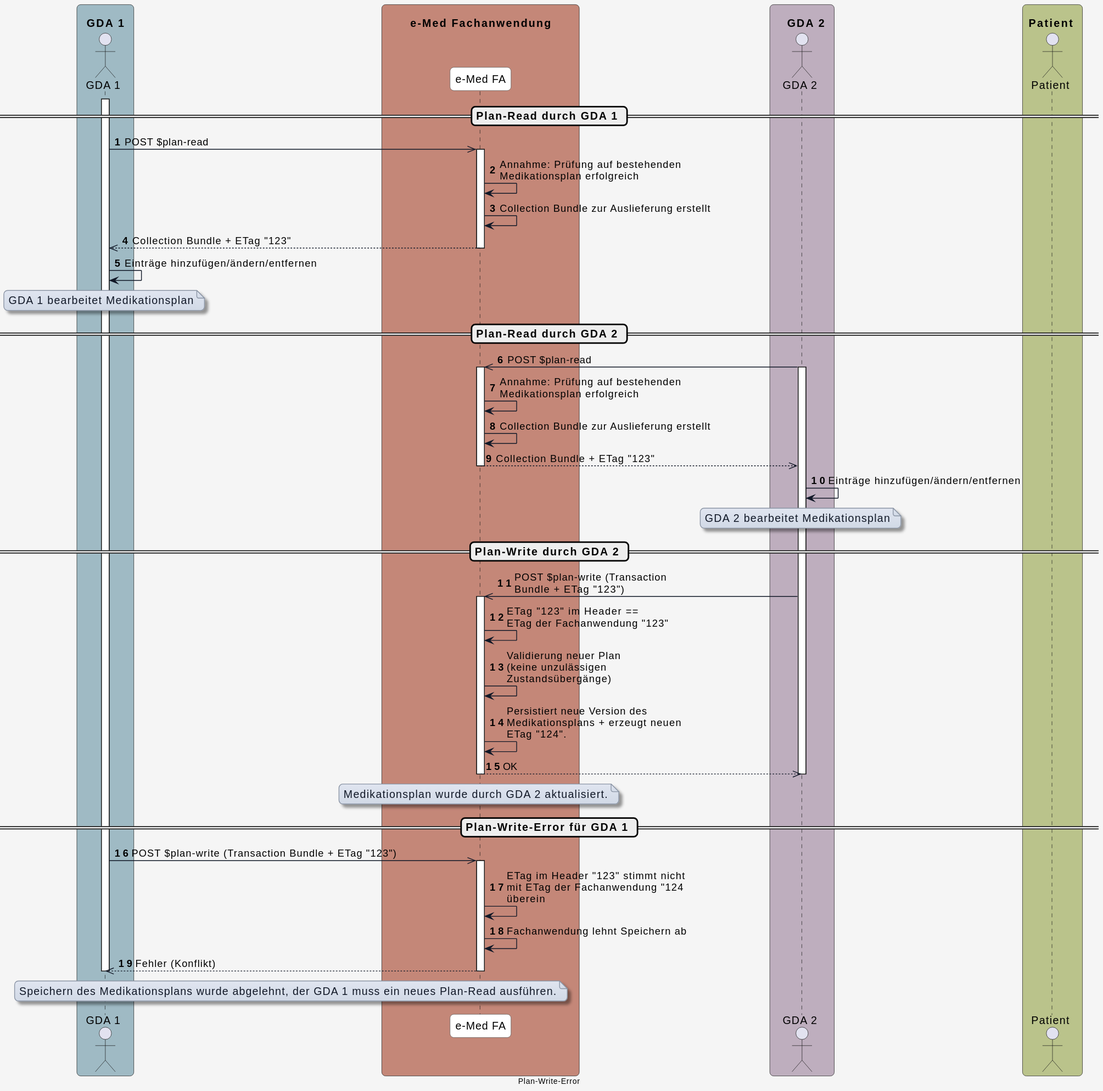
HL7Austria/hl7austria.github.io keeps this PlantUML diagram as r4-ELGA-e-Medikation-main/plantuml/interaction_planwrite_error.svg. Above is the earlier version.
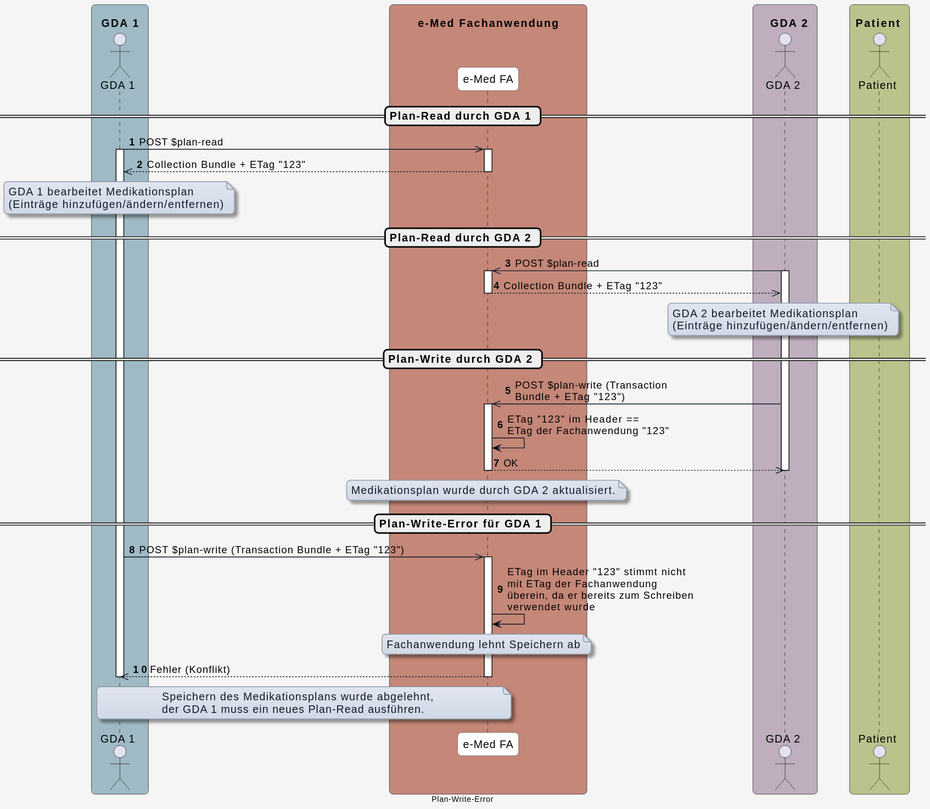
After the change.

What changed in the source:
```diff
@@ -59,20 +59,17 @@
 
 
 == Plan-Read durch GDA 1 ==
+
+GDA_1 ->> eMed_FA: POST $plan-read
 activate GDA_1
-GDA_1 ->> eMed_FA: POST $plan-read
 
 activate eMed_FA
-eMed_FA -> eMed_FA: Annahme: Prüfung auf bestehenden\nMedikationsplan erfolgreich
-eMed_FA -> eMed_FA: Collection Bundle zur Auslieferung erstellt
-
 eMed_FA -->> GDA_1: Collection Bundle + ETag "123"
 deactivate eMed_FA
 
-GDA_1 -> GDA_1: Einträge hinzufügen/ändern/entfernen
-
 note over GDA_1
 GDA 1 bearbeitet Medikationsplan
+(Einträge hinzufügen/ändern/entfernen)
 end note
 
 == Plan-Read durch GDA 2 ==
@@ -81,16 +78,13 @@
 activate GDA_2
 
 activate eMed_FA
-eMed_FA -> eMed_FA: Annahme: Prüfung auf bestehenden\nMedikationsplan erfolgreich
-eMed_FA -> eMed_FA: Collection Bundle zur Auslieferung erstellt
 
 eMed_FA -->> GDA_2: Collection Bundle + ETag "123"
 deactivate eMed_FA
 
-GDA_2 -> GDA_2: Einträge hinzufügen/ändern/entfernen
-
 note over GDA_2
 GDA 2 bearbeitet Medikationsplan
+(Einträge hinzufügen/ändern/entfernen)
 end note
 
 == Plan-Write durch GDA 2 ==
@@ -99,8 +93,6 @@
 
 activate eMed_FA
 eMed_FA -> eMed_FA: ETag "123" im Header ==\nETag der Fachanwendung "123"
-eMed_FA -> eMed_FA: Validierung neuer Plan\n(keine unzulässigen\nZustandsübergänge)
-eMed_FA -> eMed_FA: Persistiert neue Version des\nMedikationsplans + erzeugt neuen\nETag "124".
 eMed_FA -->> GDA_2: OK
 deactivate GDA_2
 
@@ -115,12 +107,15 @@
 GDA_1 ->> eMed_FA: POST $plan-write (Transaction Bundle + ETag "123")
 
 activate eMed_FA
-eMed_FA -> eMed_FA: ETag im Header "123" stimmt nicht\nmit ETag der Fachanwendung "124\nüberein
-eMed_FA -> eMed_FA: Fachanwendung lehnt Speichern ab
+eMed_FA -> eMed_FA: ETag im Header "123" stimmt nicht\nmit ETag der Fachanwendung\nüberein, da er bereits zum Schreiben\nverwendet wurde
+note over eMed_FA
+Fachanwendung lehnt Speichern ab
+end note
 eMed_FA -->> GDA_1: Fehler (Konflikt)
 deactivate GDA_1
 note over eMed_FA, GDA_1
-Speichern des Medikationsplans wurde abgelehnt, der GDA 1 muss ein neues Plan-Read ausführen.
+Speichern des Medikationsplans wurde abgelehnt,
+der GDA 1 muss ein neues Plan-Read ausführen.
 end note
 
 deactivate eMed_FA
```
